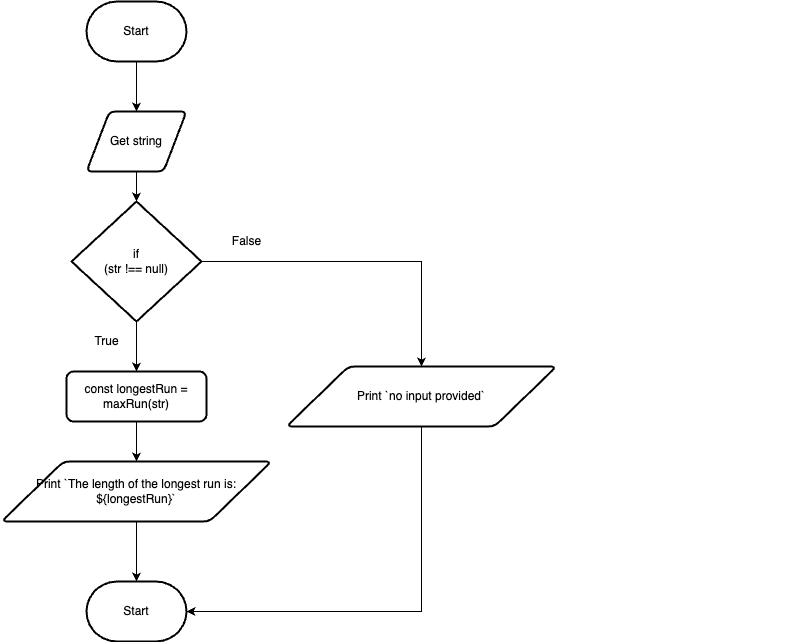
The draw.io diagram Design/Flowchart.png in Mikael-Amare/ICS4U-Assignment2, before a commit. Source tidied: cells renumbered, new cells last; positions are measured from the earlier drawing's top-left corner, leaving out a move shared by most shapes. Source of this version:
```xml
<mxGraphModel>
  <root>
    <mxCell id="0" />
    <mxCell id="1" parent="0" />
    <mxCell id="2" style="edgeStyle=none;html=1;" parent="1" edge="1" source="4" target="10">
      <mxGeometry relative="1" as="geometry" />
    </mxCell>
    <mxCell id="3" style="edgeStyle=orthogonalEdgeStyle;html=1;exitX=1;exitY=0.5;exitDx=0;exitDy=0;exitPerimeter=0;entryX=0.5;entryY=0;entryDx=0;entryDy=0;rounded=0;" parent="1" edge="1" source="4" target="16">
      <mxGeometry relative="1" as="geometry" />
    </mxCell>
    <mxCell id="4" value="if &lt;br&gt;(str !== null)" style="strokeWidth=2;html=1;shape=mxgraph.flowchart.decision;whiteSpace=wrap;" parent="1" vertex="1">
      <mxGeometry x="70" y="200" width="130" height="120" as="geometry" />
    </mxCell>
    <mxCell id="5" style="edgeStyle=none;html=1;" parent="1" edge="1" source="6">
      <mxGeometry relative="1" as="geometry">
        <mxPoint x="135" y="110" as="targetPoint" />
      </mxGeometry>
    </mxCell>
    <mxCell id="6" value="Start" style="strokeWidth=2;html=1;shape=mxgraph.flowchart.terminator;whiteSpace=wrap;" parent="1" vertex="1">
      <mxGeometry x="85" width="100" height="60" as="geometry" />
    </mxCell>
    <mxCell id="7" style="edgeStyle=none;html=1;" parent="1" edge="1" source="8" target="4">
      <mxGeometry relative="1" as="geometry" />
    </mxCell>
    <mxCell id="8" value="Get string" style="shape=parallelogram;html=1;strokeWidth=2;perimeter=parallelogramPerimeter;whiteSpace=wrap;rounded=1;arcSize=12;size=0.23;" parent="1" vertex="1">
      <mxGeometry x="85" y="110" width="100" height="60" as="geometry" />
    </mxCell>
    <mxCell id="9" style="edgeStyle=none;html=1;" parent="1" edge="1" source="10" target="13">
      <mxGeometry relative="1" as="geometry" />
    </mxCell>
    <mxCell id="10" value="const longestRun = maxRun(str)" style="rounded=1;whiteSpace=wrap;html=1;absoluteArcSize=1;arcSize=14;strokeWidth=2;" parent="1" vertex="1">
      <mxGeometry x="65" y="370" width="140" height="50" as="geometry" />
    </mxCell>
    <mxCell id="11" value="&lt;div style=&quot;color: rgb(204, 204, 204); background-color: rgb(31, 31, 31); font-family: Menlo, Monaco, &amp;quot;Courier New&amp;quot;, monospace; font-weight: normal; font-size: 12px; line-height: 18px;&quot;&gt;&lt;div&gt;&lt;/div&gt;&lt;/div&gt;" style="text;whiteSpace=wrap;html=1;" parent="1" vertex="1">
      <mxGeometry x="325" y="420" width="480" height="40" as="geometry" />
    </mxCell>
    <mxCell id="12" style="edgeStyle=none;html=1;" parent="1" edge="1" source="13" target="14">
      <mxGeometry relative="1" as="geometry" />
    </mxCell>
    <mxCell id="13" value="Print `The length of the longest run is: ${longestRun}`" style="shape=parallelogram;html=1;strokeWidth=2;perimeter=parallelogramPerimeter;whiteSpace=wrap;rounded=1;arcSize=12;size=0.23;" parent="1" vertex="1">
      <mxGeometry y="460" width="270" height="60" as="geometry" />
    </mxCell>
    <mxCell id="14" value="Start" style="strokeWidth=2;html=1;shape=mxgraph.flowchart.terminator;whiteSpace=wrap;" parent="1" vertex="1">
      <mxGeometry x="85" y="580" width="100" height="60" as="geometry" />
    </mxCell>
    <mxCell id="15" style="edgeStyle=orthogonalEdgeStyle;rounded=0;html=1;exitX=0.5;exitY=1;exitDx=0;exitDy=0;entryX=1;entryY=0.5;entryDx=0;entryDy=0;entryPerimeter=0;" parent="1" edge="1" source="16" target="14">
      <mxGeometry relative="1" as="geometry" />
    </mxCell>
    <mxCell id="16" value="Print `no input provided`" style="shape=parallelogram;html=1;strokeWidth=2;perimeter=parallelogramPerimeter;whiteSpace=wrap;rounded=1;arcSize=12;size=0.23;" parent="1" vertex="1">
      <mxGeometry x="285" y="365" width="270" height="60" as="geometry" />
    </mxCell>
    <mxCell id="17" value="True" style="text;html=1;align=center;verticalAlign=middle;strokeColor=none;fillColor=none;" parent="1" vertex="1">
      <mxGeometry x="80" y="325" width="50" height="30" as="geometry" />
    </mxCell>
    <mxCell id="18" value="False" style="text;html=1;align=center;verticalAlign=middle;strokeColor=none;fillColor=none;" parent="1" vertex="1">
      <mxGeometry x="220" y="225" width="50" height="30" as="geometry" />
    </mxCell>
  </root>
</mxGraphModel>
```
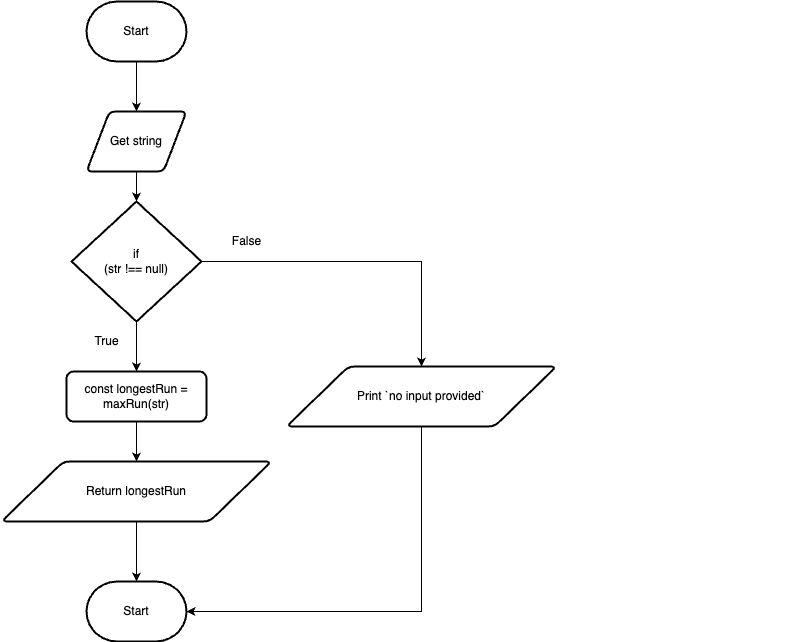
After the change.

What changed in the source:
```diff
@@ -37,14 +37,18 @@
     <mxCell id="12" style="edgeStyle=none;html=1;" parent="1" edge="1" source="13" target="14">
       <mxGeometry relative="1" as="geometry" />
     </mxCell>
-    <mxCell id="13" value="Print `The length of the longest run is: ${longestRun}`" style="shape=parallelogram;html=1;strokeWidth=2;perimeter=parallelogramPerimeter;whiteSpace=wrap;rounded=1;arcSize=12;size=0.23;" parent="1" vertex="1">
+    <mxCell id="13" value="Return longestRun" style="shape=parallelogram;html=1;strokeWidth=2;perimeter=parallelogramPerimeter;whiteSpace=wrap;rounded=1;arcSize=12;size=0.23;" parent="1" vertex="1">
       <mxGeometry y="460" width="270" height="60" as="geometry" />
     </mxCell>
     <mxCell id="14" value="Start" style="strokeWidth=2;html=1;shape=mxgraph.flowchart.terminator;whiteSpace=wrap;" parent="1" vertex="1">
       <mxGeometry x="85" y="580" width="100" height="60" as="geometry" />
     </mxCell>
     <mxCell id="15" style="edgeStyle=orthogonalEdgeStyle;rounded=0;html=1;exitX=0.5;exitY=1;exitDx=0;exitDy=0;entryX=1;entryY=0.5;entryDx=0;entryDy=0;entryPerimeter=0;" parent="1" edge="1" source="16" target="14">
-      <mxGeometry relative="1" as="geometry" />
+      <mxGeometry relative="1" as="geometry">
+        <Array as="points">
+          <mxPoint x="420" y="610" />
+        </Array>
+      </mxGeometry>
     </mxCell>
     <mxCell id="16" value="Print `no input provided`" style="shape=parallelogram;html=1;strokeWidth=2;perimeter=parallelogramPerimeter;whiteSpace=wrap;rounded=1;arcSize=12;size=0.23;" parent="1" vertex="1">
       <mxGeometry x="285" y="365" width="270" height="60" as="geometry" />
```
